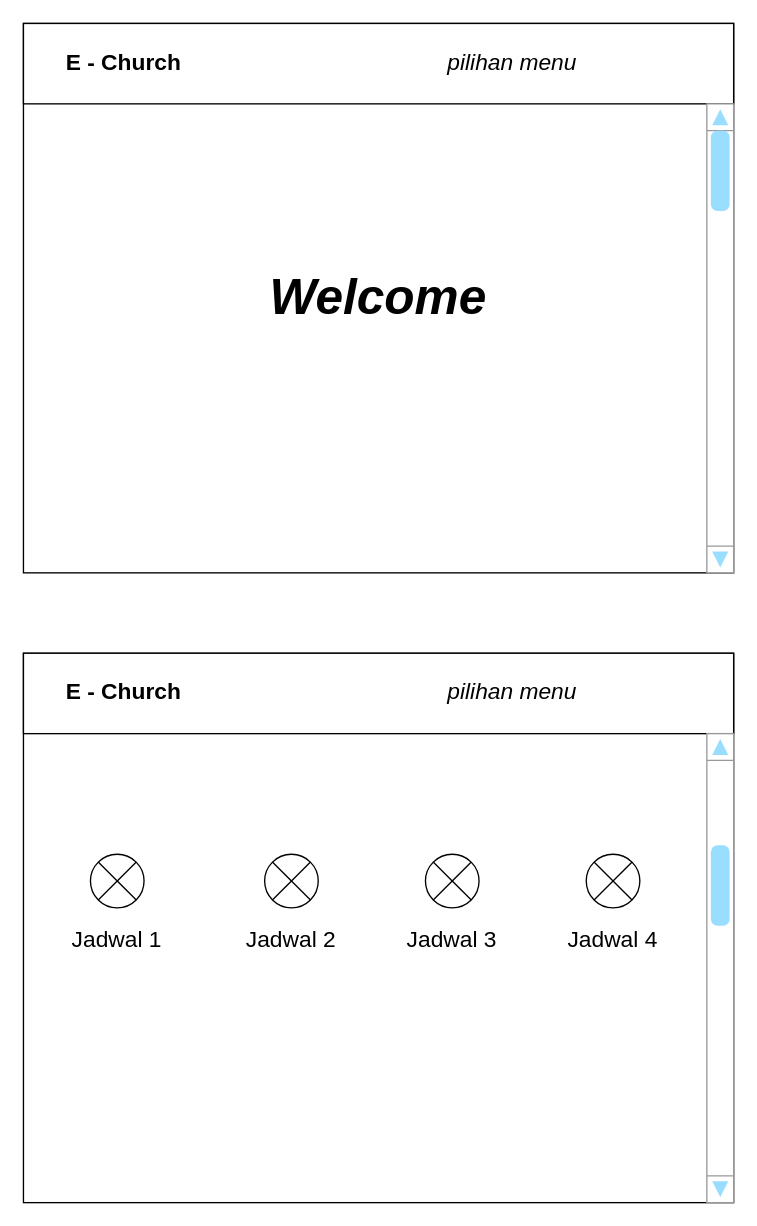
This is Wireframe.drawio from Raymond-15/requirements, a draw.io file, before an edit. Source tidied: cells renumbered, new cells numbered last; positions are measured from the earlier drawing's top-left corner, leaving out a move shared by most shapes. Both pictures are drawn from the tidied source at 134%, with x=0, y=0 at pixel (23, 23).
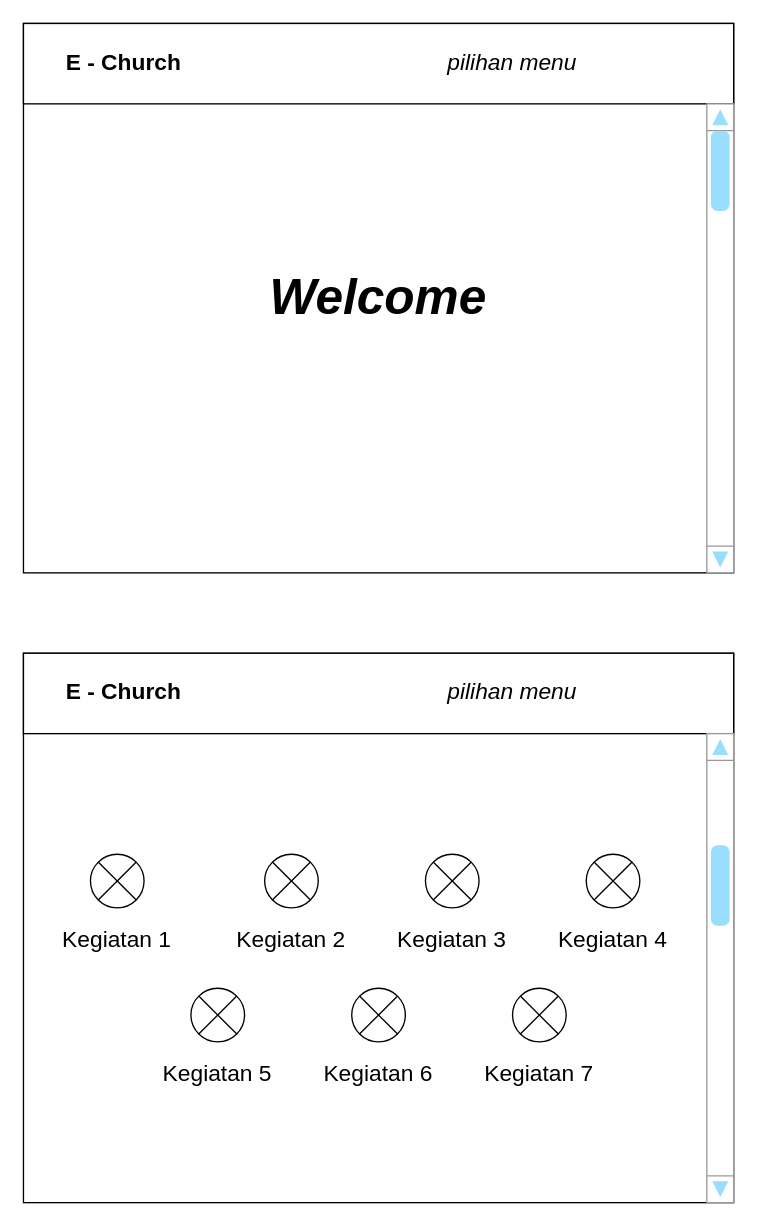
The same diagram, later.

Change to the diagram source:
```diff
@@
-    <mxCell id="21" value="Jadwal 1" style="text;html=1;strokeColor=none;fillColor=none;align=center;verticalAlign=middle;whiteSpace=wrap;rounded=0;sketch=0;fontSize=17;" parent="1" vertex="1">
-      <mxGeometry x="35" y="670" width="70" height="30" as="geometry" />
-    </mxCell>
-    <mxCell id="22" value="Jadwal 2" style="text;html=1;strokeColor=none;fillColor=none;align=center;verticalAlign=middle;whiteSpace=wrap;rounded=0;sketch=0;fontSize=17;" parent="1" vertex="1">
-      <mxGeometry x="165" y="670" width="70" height="30" as="geometry" />
-    </mxCell>
-    <mxCell id="23" value="Jadwal 3" style="text;html=1;strokeColor=none;fillColor=none;align=center;verticalAlign=middle;whiteSpace=wrap;rounded=0;sketch=0;fontSize=17;" parent="1" vertex="1">
-      <mxGeometry x="285" y="670" width="70" height="30" as="geometry" />
-    </mxCell>
-    <mxCell id="24" value="Jadwal 4" style="text;html=1;strokeColor=none;fillColor=none;align=center;verticalAlign=middle;whiteSpace=wrap;rounded=0;sketch=0;fontSize=17;" parent="1" vertex="1">
-      <mxGeometry x="405" y="670" width="70" height="30" as="geometry" />
-    </mxCell>
+    <mxCell id="25" style="shape=sumEllipse;perimeter=ellipsePerimeter;whiteSpace=wrap;html=1;backgroundOutline=1;sketch=0;fontSize=37;" parent="1" vertex="1">
+      <mxGeometry x="125" y="720" width="40" height="40" as="geometry" />
+    </mxCell>
+    <mxCell id="26" style="shape=sumEllipse;perimeter=ellipsePerimeter;whiteSpace=wrap;html=1;backgroundOutline=1;sketch=0;fontSize=37;" parent="1" vertex="1">
+      <mxGeometry x="245" y="720" width="40" height="40" as="geometry" />
+    </mxCell>
+    <mxCell id="27" style="shape=sumEllipse;perimeter=ellipsePerimeter;whiteSpace=wrap;html=1;backgroundOutline=1;sketch=0;fontSize=37;" parent="1" vertex="1">
+      <mxGeometry x="365" y="720" width="40" height="40" as="geometry" />
+    </mxCell>
+    <mxCell id="28" value="Kegiatan 5" style="text;html=1;strokeColor=none;fillColor=none;align=center;verticalAlign=middle;whiteSpace=wrap;rounded=0;sketch=0;fontSize=17;" parent="1" vertex="1">
+      <mxGeometry x="100" y="770" width="90" height="30" as="geometry" />
+    </mxCell>
+    <mxCell id="29" value="Kegiatan 6" style="text;html=1;strokeColor=none;fillColor=none;align=center;verticalAlign=middle;whiteSpace=wrap;rounded=0;sketch=0;fontSize=17;" parent="1" vertex="1">
+      <mxGeometry x="220" y="770" width="90" height="30" as="geometry" />
+    </mxCell>
+    <mxCell id="30" value="Kegiatan 7" style="text;html=1;strokeColor=none;fillColor=none;align=center;verticalAlign=middle;whiteSpace=wrap;rounded=0;sketch=0;fontSize=17;" parent="1" vertex="1">
+      <mxGeometry x="340" y="770" width="90" height="30" as="geometry" />
+    </mxCell>
+    <mxCell id="31" value="Kegiatan 1" style="text;html=1;strokeColor=none;fillColor=none;align=center;verticalAlign=middle;whiteSpace=wrap;rounded=0;sketch=0;fontSize=17;" parent="1" vertex="1">
+      <mxGeometry x="25" y="670" width="90" height="30" as="geometry" />
+    </mxCell>
+    <mxCell id="32" value="Kegiatan 2" style="text;html=1;strokeColor=none;fillColor=none;align=center;verticalAlign=middle;whiteSpace=wrap;rounded=0;sketch=0;fontSize=17;" parent="1" vertex="1">
+      <mxGeometry x="155" y="670" width="90" height="30" as="geometry" />
+    </mxCell>
+    <mxCell id="33" value="Kegiatan 3" style="text;html=1;strokeColor=none;fillColor=none;align=center;verticalAlign=middle;whiteSpace=wrap;rounded=0;sketch=0;fontSize=17;" parent="1" vertex="1">
+      <mxGeometry x="275" y="670" width="90" height="30" as="geometry" />
+    </mxCell>
+    <mxCell id="34" value="Kegiatan 4" style="text;html=1;strokeColor=none;fillColor=none;align=center;verticalAlign=middle;whiteSpace=wrap;rounded=0;sketch=0;fontSize=17;" parent="1" vertex="1">
+      <mxGeometry x="395" y="670" width="90" height="30" as="geometry" />
+    </mxCell>
```
